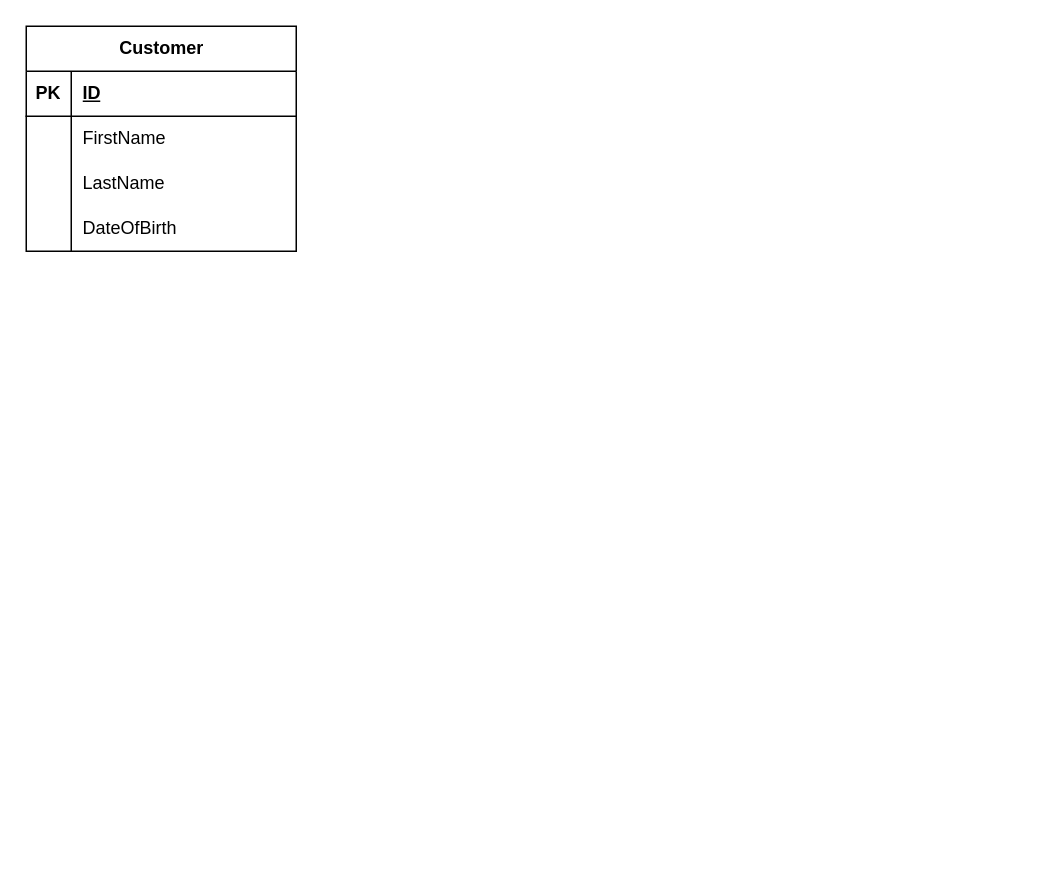
manasesmutembei11/App1 keeps this draw.io diagram as Untitled Diagram.drawio. Above is the earlier version. Source tidied: cells renumbered, new cells numbered last; positions are measured from the earlier drawing's top-left corner, leaving out a move shared by most shapes. Both pictures are drawn from the tidied source at 150%, with x=0, y=0 at pixel (26, 26).
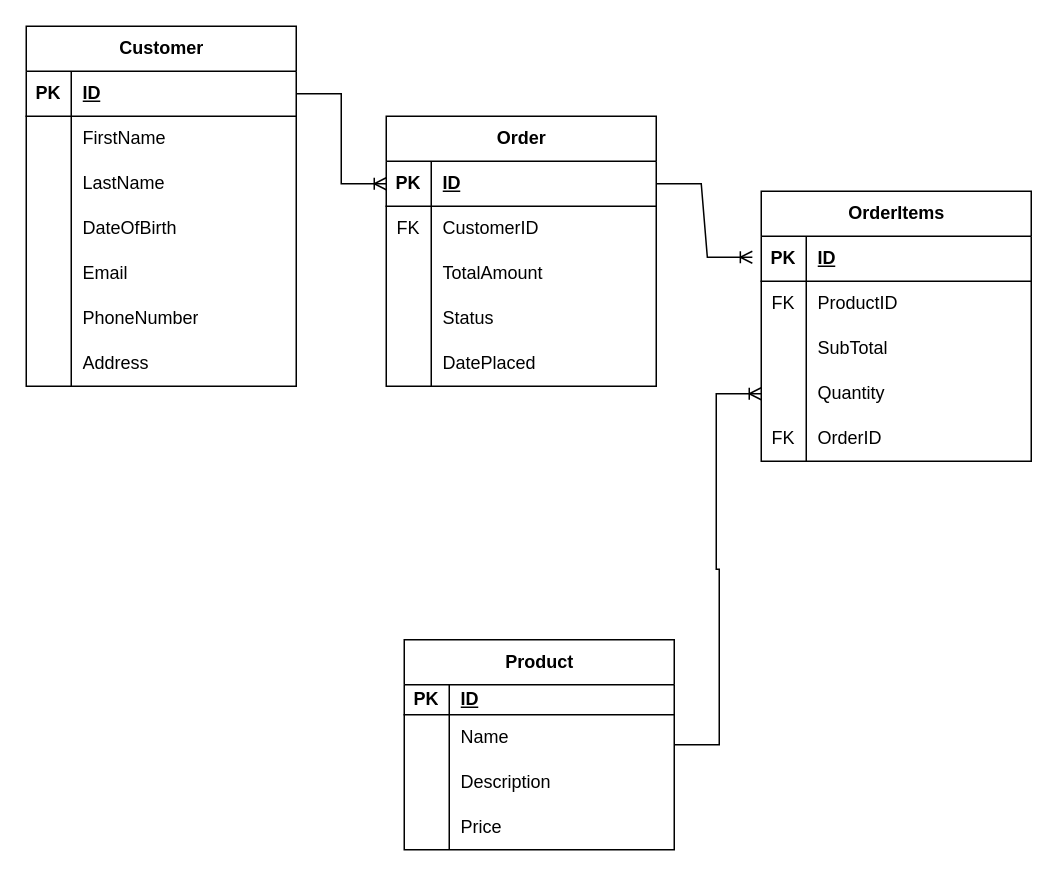
Above is the later version.

Unchanged cells that the change refers to:
```xml
<mxCell id="3" style="shape=tableRow;horizontal=0;startSize=0;swimlaneHead=0;swimlaneBody=0;fillColor=none;points=[[0,0.5],[1,0.5]];portConstraint=eastwest;top=0;left=0;right=0;bottom=1;" parent="2" vertex="1">
  <mxGeometry y="30" width="180" height="30" as="geometry" />
</mxCell>
<mxCell id="12" style="shape=tableRow;horizontal=0;startSize=0;swimlaneHead=0;swimlaneBody=0;fillColor=none;top=0;left=0;right=0;bottom=0;" parent="2" vertex="1">
  <mxGeometry y="120" width="180" height="30" as="geometry" />
</mxCell>
```

Diff of the diagram source:
```diff
@@
     <mxCell id="2" value="Customer" style="shape=table;startSize=30;childLayout=tableLayout;rowLines=0;fontStyle=1;align=center;html=1;" parent="1" vertex="1">
-      <mxGeometry width="180" height="150" as="geometry" />
+      <mxGeometry width="180" height="240" as="geometry" />
     </mxCell>
@@
-    <mxCell id="14" value="DateOfBirth" style="shape=partialRectangle;fillColor=none;top=0;left=0;bottom=0;right=0;align=left;spacingLeft=6;overflow=hidden;whiteSpace=wrap;html=1;" parent="12" vertex="1">
+    <mxCell id="14" value="DateOfBirth" style="shape=partialRectangle;fillColor=none;top=0;left=0;bottom=0;right=0;align=left;spacingLeft=6;overflow=hidden;whiteSpace=wrap;html=1;strokeWidth=3;" parent="12" vertex="1">
       <mxGeometry x="30" width="150" height="30" as="geometry" />
     </mxCell>
+    <mxCell id="15" style="shape=tableRow;horizontal=0;startSize=0;swimlaneHead=0;swimlaneBody=0;fillColor=none;top=0;left=0;right=0;bottom=0;" parent="2" vertex="1">
+      <mxGeometry y="150" width="180" height="30" as="geometry" />
+    </mxCell>
+    <mxCell id="16" style="shape=partialRectangle;fillColor=none;top=0;left=0;bottom=0;right=0;overflow=hidden;whiteSpace=wrap;html=1;" parent="15" vertex="1">
+      <mxGeometry width="30" height="30" as="geometry" />
+    </mxCell>
+    <mxCell id="17" value="Email" style="shape=partialRectangle;fillColor=none;top=0;left=0;bottom=0;right=0;align=left;spacingLeft=6;overflow=hidden;whiteSpace=wrap;html=1;strokeWidth=3;" parent="15" vertex="1">
+      <mxGeometry x="30" width="150" height="30" as="geometry" />
+    </mxCell>
+    <mxCell id="18" style="shape=tableRow;horizontal=0;startSize=0;swimlaneHead=0;swimlaneBody=0;fillColor=none;top=0;left=0;right=0;bottom=0;" parent="2" vertex="1">
+      <mxGeometry y="180" width="180" height="30" as="geometry" />
+    </mxCell>
+    <mxCell id="19" style="shape=partialRectangle;fillColor=none;top=0;left=0;bottom=0;right=0;overflow=hidden;whiteSpace=wrap;html=1;" parent="18" vertex="1">
+      <mxGeometry width="30" height="30" as="geometry" />
+    </mxCell>
+    <mxCell id="20" value="PhoneNumber" style="shape=partialRectangle;fillColor=none;top=0;left=0;bottom=0;right=0;align=left;spacingLeft=6;overflow=hidden;whiteSpace=wrap;html=1;strokeWidth=3;" parent="18" vertex="1">
+      <mxGeometry x="30" width="150" height="30" as="geometry" />
+    </mxCell>
+    <mxCell id="21" style="shape=tableRow;horizontal=0;startSize=0;swimlaneHead=0;swimlaneBody=0;fillColor=none;top=0;left=0;right=0;bottom=0;" parent="2" vertex="1">
+      <mxGeometry y="210" width="180" height="30" as="geometry" />
+    </mxCell>
+    <mxCell id="22" style="shape=partialRectangle;fillColor=none;top=0;left=0;bottom=0;right=0;overflow=hidden;whiteSpace=wrap;html=1;" parent="21" vertex="1">
+      <mxGeometry width="30" height="30" as="geometry" />
+    </mxCell>
+    <mxCell id="23" value="Address" style="shape=partialRectangle;fillColor=none;top=0;left=0;bottom=0;right=0;align=left;spacingLeft=6;overflow=hidden;whiteSpace=wrap;html=1;strokeWidth=3;" parent="21" vertex="1">
+      <mxGeometry x="30" width="150" height="30" as="geometry" />
+    </mxCell>
+    <mxCell id="24" value="Order" style="shape=table;startSize=30;childLayout=tableLayout;rowLines=0;fontStyle=1;align=center;html=1;" parent="1" vertex="1">
+      <mxGeometry x="240" y="60" width="180" height="180" as="geometry" />
+    </mxCell>
+    <mxCell id="25" style="shape=tableRow;horizontal=0;startSize=0;swimlaneHead=0;swimlaneBody=0;fillColor=none;top=0;left=0;right=0;bottom=1;" parent="24" vertex="1">
+      <mxGeometry y="30" width="180" height="30" as="geometry" />
+    </mxCell>
+    <mxCell id="26" value="PK" style="shape=partialRectangle;fillColor=none;top=0;left=0;bottom=0;right=0;fontStyle=1;overflow=hidden;whiteSpace=wrap;html=1;" parent="25" vertex="1">
+      <mxGeometry width="30" height="30" as="geometry" />
+    </mxCell>
+    <mxCell id="27" value="ID" style="shape=partialRectangle;fillColor=none;top=0;left=0;bottom=0;right=0;align=left;spacingLeft=6;fontStyle=5;overflow=hidden;whiteSpace=wrap;html=1;" parent="25" vertex="1">
+      <mxGeometry x="30" width="150" height="30" as="geometry" />
+    </mxCell>
+    <mxCell id="28" style="shape=tableRow;horizontal=0;startSize=0;swimlaneHead=0;swimlaneBody=0;fillColor=none;top=0;left=0;right=0;bottom=0;" parent="24" vertex="1">
+      <mxGeometry y="60" width="180" height="30" as="geometry" />
+    </mxCell>
+    <mxCell id="29" value="FK" style="shape=partialRectangle;fillColor=none;top=0;left=0;bottom=0;right=0;overflow=hidden;whiteSpace=wrap;html=1;" parent="28" vertex="1">
+      <mxGeometry width="30" height="30" as="geometry" />
+    </mxCell>
+    <mxCell id="30" value="CustomerID" style="shape=partialRectangle;fillColor=none;top=0;left=0;bottom=0;right=0;align=left;spacingLeft=6;overflow=hidden;whiteSpace=wrap;html=1;" parent="28" vertex="1">
+      <mxGeometry x="30" width="150" height="30" as="geometry" />
+    </mxCell>
+    <mxCell id="31" style="shape=tableRow;horizontal=0;startSize=0;swimlaneHead=0;swimlaneBody=0;fillColor=none;top=0;left=0;right=0;bottom=0;" parent="24" vertex="1">
+      <mxGeometry y="90" width="180" height="30" as="geometry" />
+    </mxCell>
+    <mxCell id="32" style="shape=partialRectangle;fillColor=none;top=0;left=0;bottom=0;right=0;overflow=hidden;whiteSpace=wrap;html=1;" parent="31" vertex="1">
+      <mxGeometry width="30" height="30" as="geometry" />
+    </mxCell>
+    <mxCell id="33" value="TotalAmount" style="shape=partialRectangle;fillColor=none;top=0;left=0;bottom=0;right=0;align=left;spacingLeft=6;overflow=hidden;whiteSpace=wrap;html=1;" parent="31" vertex="1">
+      <mxGeometry x="30" width="150" height="30" as="geometry" />
+    </mxCell>
+    <mxCell id="34" style="shape=tableRow;horizontal=0;startSize=0;swimlaneHead=0;swimlaneBody=0;fillColor=none;top=0;left=0;right=0;bottom=0;" parent="24" vertex="1">
+      <mxGeometry y="120" width="180" height="30" as="geometry" />
+    </mxCell>
+    <mxCell id="35" style="shape=partialRectangle;fillColor=none;top=0;left=0;bottom=0;right=0;overflow=hidden;whiteSpace=wrap;html=1;" parent="34" vertex="1">
+      <mxGeometry width="30" height="30" as="geometry" />
+    </mxCell>
+    <mxCell id="36" value="Status" style="shape=partialRectangle;fillColor=none;top=0;left=0;bottom=0;right=0;align=left;spacingLeft=6;overflow=hidden;whiteSpace=wrap;html=1;" parent="34" vertex="1">
+      <mxGeometry x="30" width="150" height="30" as="geometry" />
+    </mxCell>
+    <mxCell id="37" style="shape=tableRow;horizontal=0;startSize=0;swimlaneHead=0;swimlaneBody=0;fillColor=none;top=0;left=0;right=0;bottom=0;" parent="24" vertex="1">
+      <mxGeometry y="150" width="180" height="30" as="geometry" />
+    </mxCell>
+    <mxCell id="38" style="shape=partialRectangle;fillColor=none;top=0;left=0;bottom=0;right=0;overflow=hidden;whiteSpace=wrap;html=1;" parent="37" vertex="1">
+      <mxGeometry width="30" height="30" as="geometry" />
+    </mxCell>
+    <mxCell id="39" value="DatePlaced" style="shape=partialRectangle;fillColor=none;top=0;left=0;bottom=0;right=0;align=left;spacingLeft=6;overflow=hidden;whiteSpace=wrap;html=1;" parent="37" vertex="1">
+      <mxGeometry x="30" width="150" height="30" as="geometry" />
+    </mxCell>
+    <mxCell id="40" value="OrderItems" style="shape=table;startSize=30;childLayout=tableLayout;rowLines=0;fontStyle=1;align=center;html=1;" parent="1" vertex="1">
+      <mxGeometry x="490" y="110" width="180" height="180" as="geometry" />
+    </mxCell>
+    <mxCell id="41" style="shape=tableRow;horizontal=0;startSize=0;swimlaneHead=0;swimlaneBody=0;fillColor=none;points=[[0,0.5],[1,0.5]];portConstraint=eastwest;top=0;left=0;right=0;bottom=1;" parent="40" vertex="1">
+      <mxGeometry y="30" width="180" height="30" as="geometry" />
+    </mxCell>
+    <mxCell id="42" value="PK" style="shape=partialRectangle;fillColor=none;top=0;left=0;bottom=0;right=0;fontStyle=1;overflow=hidden;whiteSpace=wrap;html=1;" parent="41" vertex="1">
+      <mxGeometry width="30" height="30" as="geometry" />
+    </mxCell>
+    <mxCell id="43" value="ID" style="shape=partialRectangle;fillColor=none;top=0;left=0;bottom=0;right=0;align=left;spacingLeft=6;fontStyle=5;overflow=hidden;whiteSpace=wrap;html=1;" parent="41" vertex="1">
+      <mxGeometry x="30" width="150" height="30" as="geometry" />
+    </mxCell>
+    <mxCell id="44" style="shape=tableRow;horizontal=0;startSize=0;swimlaneHead=0;swimlaneBody=0;fillColor=none;top=0;left=0;right=0;bottom=0;" parent="40" vertex="1">
+      <mxGeometry y="60" width="180" height="30" as="geometry" />
+    </mxCell>
+    <mxCell id="45" value="FK" style="shape=partialRectangle;fillColor=none;top=0;left=0;bottom=0;right=0;overflow=hidden;whiteSpace=wrap;html=1;" parent="44" vertex="1">
+      <mxGeometry width="30" height="30" as="geometry" />
+    </mxCell>
+    <mxCell id="46" value="ProductID" style="shape=partialRectangle;fillColor=none;top=0;left=0;bottom=0;right=0;align=left;spacingLeft=6;overflow=hidden;whiteSpace=wrap;html=1;" parent="44" vertex="1">
+      <mxGeometry x="30" width="150" height="30" as="geometry" />
+    </mxCell>
+    <mxCell id="47" style="shape=tableRow;horizontal=0;startSize=0;swimlaneHead=0;swimlaneBody=0;fillColor=none;top=0;left=0;right=0;bottom=0;" parent="40" vertex="1">
+      <mxGeometry y="90" width="180" height="30" as="geometry" />
+    </mxCell>
+    <mxCell id="48" style="shape=partialRectangle;fillColor=none;top=0;left=0;bottom=0;right=0;overflow=hidden;whiteSpace=wrap;html=1;" parent="47" vertex="1">
+      <mxGeometry width="30" height="30" as="geometry" />
+    </mxCell>
+    <mxCell id="49" value="SubTotal" style="shape=partialRectangle;fillColor=none;top=0;left=0;bottom=0;right=0;align=left;spacingLeft=6;overflow=hidden;whiteSpace=wrap;html=1;" parent="47" vertex="1">
+      <mxGeometry x="30" width="150" height="30" as="geometry" />
+    </mxCell>
+    <mxCell id="50" style="shape=tableRow;horizontal=0;startSize=0;swimlaneHead=0;swimlaneBody=0;fillColor=none;points=[[0,0.5],[1,0.5]];portConstraint=eastwest;top=0;left=0;right=0;bottom=0;" parent="40" vertex="1">
+      <mxGeometry y="120" width="180" height="30" as="geometry" />
+    </mxCell>
+    <mxCell id="51" style="shape=partialRectangle;fillColor=none;top=0;left=0;bottom=0;right=0;overflow=hidden;whiteSpace=wrap;html=1;" parent="50" vertex="1">
+      <mxGeometry width="30" height="30" as="geometry" />
+    </mxCell>
+    <mxCell id="52" value="Quantity" style="shape=partialRectangle;fillColor=none;top=0;left=0;bottom=0;right=0;align=left;spacingLeft=6;overflow=hidden;whiteSpace=wrap;html=1;" parent="50" vertex="1">
+      <mxGeometry x="30" width="150" height="30" as="geometry" />
+    </mxCell>
+    <mxCell id="53" style="shape=tableRow;horizontal=0;startSize=0;swimlaneHead=0;swimlaneBody=0;fillColor=none;top=0;left=0;right=0;bottom=0;" parent="40" vertex="1">
+      <mxGeometry y="150" width="180" height="30" as="geometry" />
+    </mxCell>
+    <mxCell id="54" value="FK" style="shape=partialRectangle;fillColor=none;top=0;left=0;bottom=0;right=0;overflow=hidden;whiteSpace=wrap;html=1;" parent="53" vertex="1">
+      <mxGeometry width="30" height="30" as="geometry" />
+    </mxCell>
+    <mxCell id="55" value="OrderID" style="shape=partialRectangle;fillColor=none;top=0;left=0;bottom=0;right=0;align=left;spacingLeft=6;overflow=hidden;whiteSpace=wrap;html=1;" parent="53" vertex="1">
+      <mxGeometry x="30" width="150" height="30" as="geometry" />
+    </mxCell>
+    <mxCell id="56" style="edgeStyle=entityRelationEdgeStyle;fontSize=12;html=1;endArrow=ERoneToMany;rounded=0;exitX=1;exitY=0.5;exitDx=0;exitDy=0;entryX=0;entryY=0.25;entryDx=0;entryDy=0;" parent="1" edge="1" source="3" target="24">
+      <mxGeometry relative="1" as="geometry">
+        <Array as="points">
+          <mxPoint x="180" y="50" />
+          <mxPoint x="260" y="210" />
+          <mxPoint x="240" y="210" />
+          <mxPoint x="270" y="140" />
+        </Array>
+      </mxGeometry>
+    </mxCell>
+    <mxCell id="57" style="edgeStyle=entityRelationEdgeStyle;fontSize=12;html=1;endArrow=ERoneToMany;rounded=0;entryX=-0.033;entryY=0.467;entryDx=0;entryDy=0;entryPerimeter=0;exitX=1;exitY=0.25;exitDx=0;exitDy=0;" parent="1" edge="1" source="24" target="41">
+      <mxGeometry relative="1" as="geometry">
+        <Array as="points">
+          <mxPoint x="400" y="280" />
+        </Array>
+      </mxGeometry>
+    </mxCell>
+    <mxCell id="58" style="edgeStyle=entityRelationEdgeStyle;fontSize=12;html=1;endArrow=ERoneToMany;rounded=0;entryX=0;entryY=0.5;entryDx=0;entryDy=0;" parent="1" edge="1" source="59" target="50">
+      <mxGeometry relative="1" as="geometry">
+        <Array as="points">
+          <mxPoint x="576" y="346" />
+        </Array>
+      </mxGeometry>
+    </mxCell>
+    <mxCell id="59" value="Product" style="shape=table;startSize=30;childLayout=tableLayout;rowLines=0;fontStyle=1;align=center;html=1;" parent="1" vertex="1">
+      <mxGeometry x="252" y="409" width="180" height="140" as="geometry" />
+    </mxCell>
+    <mxCell id="60" style="shape=tableRow;horizontal=0;startSize=0;swimlaneHead=0;swimlaneBody=0;fillColor=none;top=0;left=0;right=0;bottom=1;" parent="59" vertex="1">
+      <mxGeometry y="30" width="180" height="20" as="geometry" />
+    </mxCell>
+    <mxCell id="61" value="PK" style="shape=partialRectangle;fillColor=none;top=0;left=0;bottom=0;right=0;fontStyle=1;overflow=hidden;whiteSpace=wrap;html=1;" parent="60" vertex="1">
+      <mxGeometry width="30" height="20" as="geometry" />
+    </mxCell>
+    <mxCell id="62" value="ID" style="shape=partialRectangle;fillColor=none;top=0;left=0;bottom=0;right=0;align=left;spacingLeft=6;fontStyle=5;overflow=hidden;whiteSpace=wrap;html=1;" parent="60" vertex="1">
+      <mxGeometry x="30" width="150" height="20" as="geometry" />
+    </mxCell>
+    <mxCell id="63" style="shape=tableRow;horizontal=0;startSize=0;swimlaneHead=0;swimlaneBody=0;fillColor=none;top=0;left=0;right=0;bottom=0;" parent="59" vertex="1">
+      <mxGeometry y="50" width="180" height="30" as="geometry" />
+    </mxCell>
+    <mxCell id="64" style="shape=partialRectangle;fillColor=none;top=0;left=0;bottom=0;right=0;overflow=hidden;whiteSpace=wrap;html=1;" parent="63" vertex="1">
+      <mxGeometry width="30" height="30" as="geometry" />
+    </mxCell>
+    <mxCell id="65" value="Name" style="shape=partialRectangle;fillColor=none;top=0;left=0;bottom=0;right=0;align=left;spacingLeft=6;overflow=hidden;whiteSpace=wrap;html=1;" parent="63" vertex="1">
+      <mxGeometry x="30" width="150" height="30" as="geometry" />
+    </mxCell>
+    <mxCell id="66" style="shape=tableRow;horizontal=0;startSize=0;swimlaneHead=0;swimlaneBody=0;fillColor=none;top=0;left=0;right=0;bottom=0;" parent="59" vertex="1">
+      <mxGeometry y="80" width="180" height="30" as="geometry" />
+    </mxCell>
+    <mxCell id="67" style="shape=partialRectangle;fillColor=none;top=0;left=0;bottom=0;right=0;overflow=hidden;whiteSpace=wrap;html=1;" parent="66" vertex="1">
+      <mxGeometry width="30" height="30" as="geometry" />
+    </mxCell>
+    <mxCell id="68" value="Description" style="shape=partialRectangle;fillColor=none;top=0;left=0;bottom=0;right=0;align=left;spacingLeft=6;overflow=hidden;whiteSpace=wrap;html=1;" parent="66" vertex="1">
+      <mxGeometry x="30" width="150" height="30" as="geometry" />
+    </mxCell>
+    <mxCell id="69" style="shape=tableRow;horizontal=0;startSize=0;swimlaneHead=0;swimlaneBody=0;fillColor=none;top=0;left=0;right=0;bottom=0;" parent="59" vertex="1">
+      <mxGeometry y="110" width="180" height="30" as="geometry" />
+    </mxCell>
+    <mxCell id="70" style="shape=partialRectangle;fillColor=none;top=0;left=0;bottom=0;right=0;overflow=hidden;whiteSpace=wrap;html=1;" parent="69" vertex="1">
+      <mxGeometry width="30" height="30" as="geometry" />
+    </mxCell>
+    <mxCell id="71" value="Price" style="shape=partialRectangle;fillColor=none;top=0;left=0;bottom=0;right=0;align=left;spacingLeft=6;overflow=hidden;whiteSpace=wrap;html=1;" parent="69" vertex="1">
+      <mxGeometry x="30" width="150" height="30" as="geometry" />
+    </mxCell>
```
